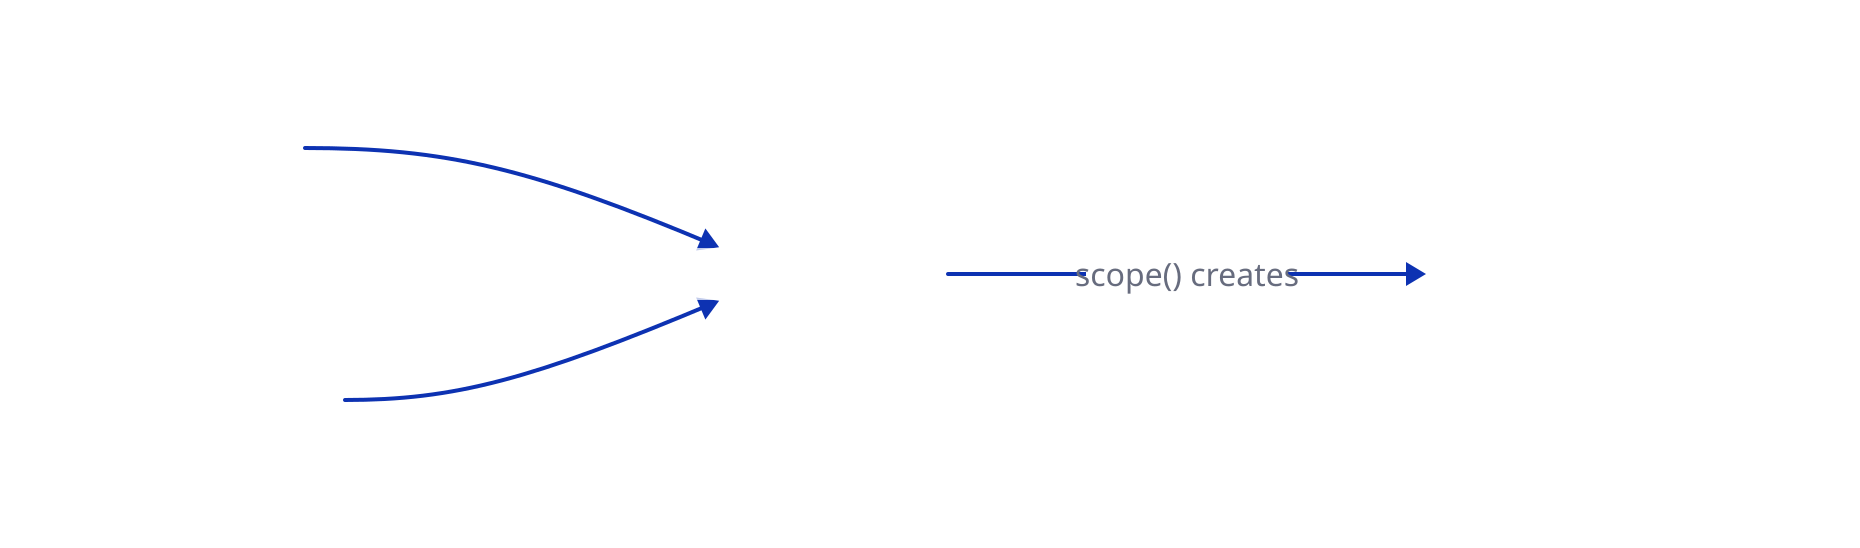
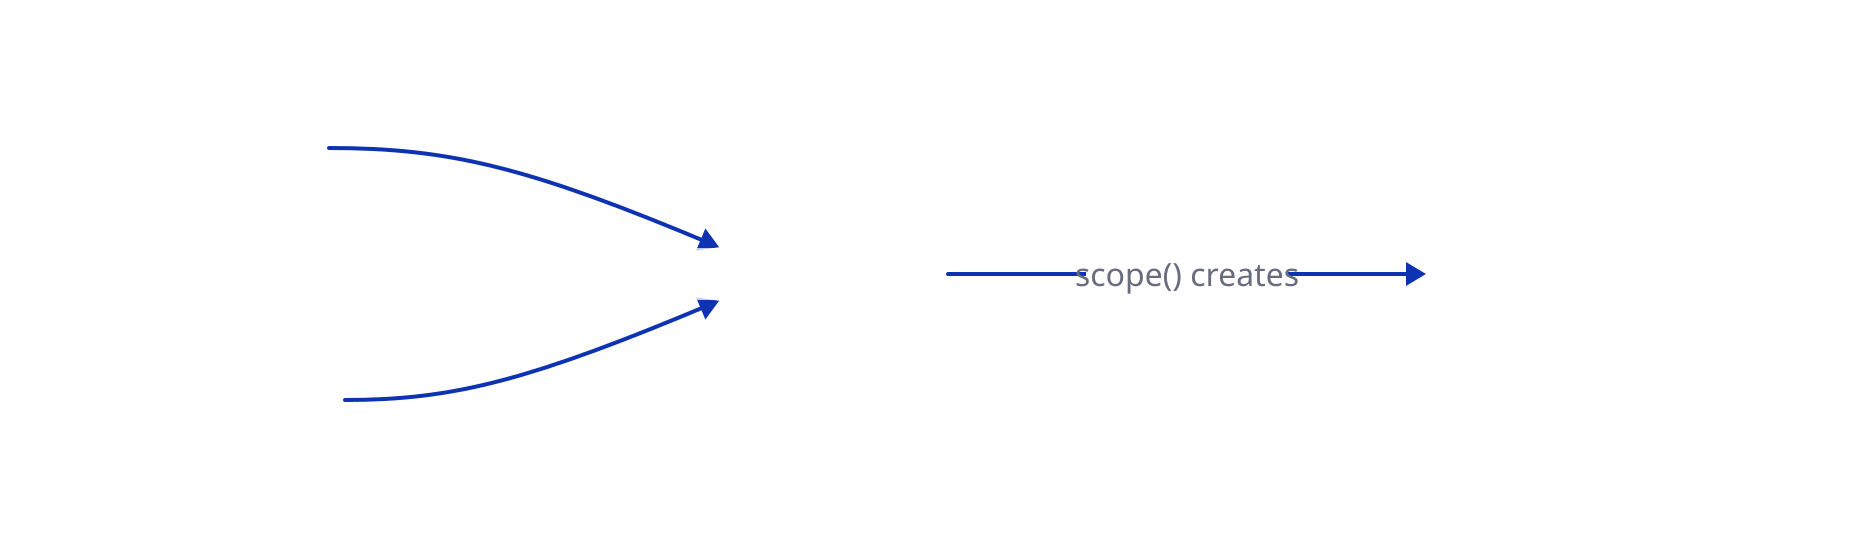
style: {
    fill: transparent
}

vars: {
    d2-config: {
        pad: 40
    }
}

direction: right

DepsPlan: {
    shape: rectangle
    label: |md
-         ### Deps Plan
+         ### DepsRegistry
        What to build
    |
}

LifecyclePlan: {
    shape: rectangle
    label: |md
-         ### Lifecycle Plan
+         ### LifecyclePlan
        Startup / shutdown
    |
}

Runtime: {
    shape: rectangle
    style: {
        stroke: "#4a90d9"
    }
    label: |md
        ### ExecutionRuntime
    |
}

Context: {
    shape: rectangle
    style: {
        stroke: "#2e7d32"
    }
    label: |md
        ### ExecutionContext
        Resolve ports for handlers
    |
}

DepsPlan -> Runtime
LifecyclePlan -> Runtime
Runtime -> Context: scope() creates
